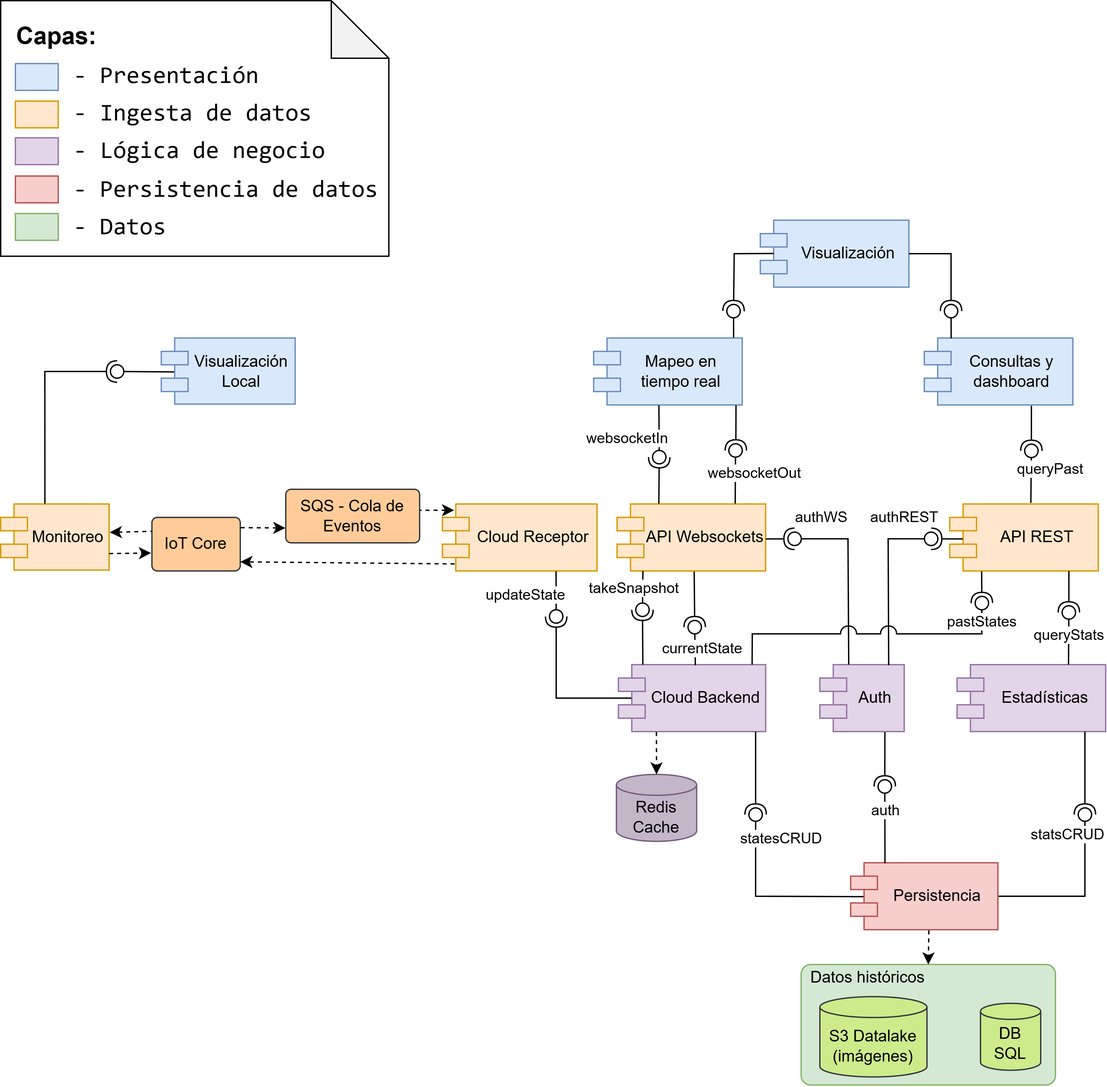
UM-LabTics/lakitu-core keeps this draw.io diagram as docs/diagrams/Diagrama de componentes.png. Above is the earlier version. Source tidied: cells renumbered, new cells last; positions are measured from the earlier drawing's top-left corner, leaving out a move shared by most shapes.
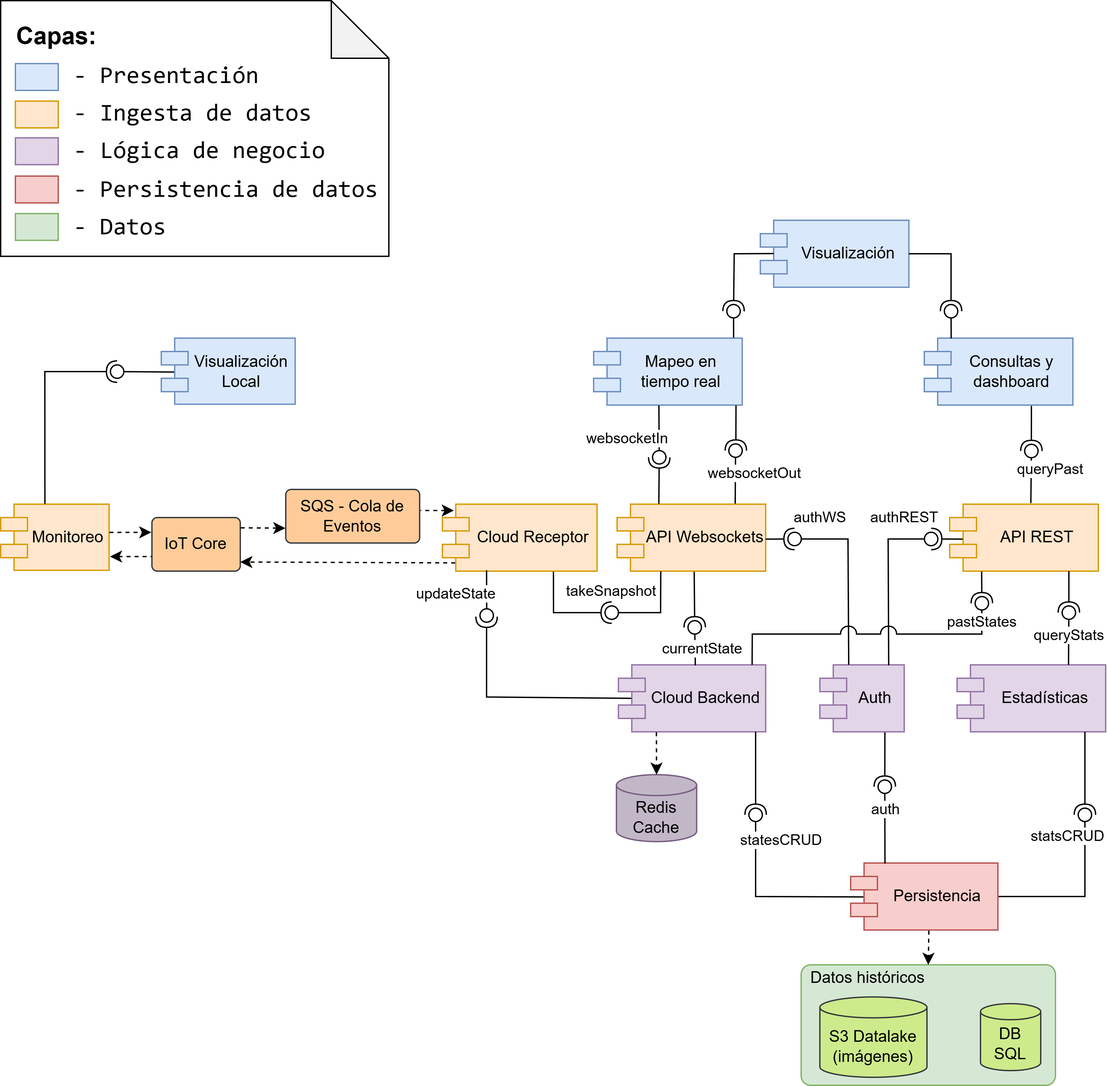
Later version of the same file.

Commit message:
chore: fix error in component diagram

What changed in the source:
```diff
@@ -59,13 +59,13 @@
     </mxCell>
-    <mxCell id="17" style="rounded=0;jettySize=auto;html=1;endArrow=halfCircle;endFill=0;endSize=6;strokeWidth=1;sketch=0;exitX=0.958;exitY=1.006;exitDx=0;exitDy=0;exitPerimeter=0;" parent="1" edge="1" source="3">
-      <mxGeometry relative="1" as="geometry">
-        <mxPoint x="549.2" y="336" as="targetPoint" />
-      </mxGeometry>
-    </mxCell>
-    <mxCell id="18" style="rounded=0;jettySize=auto;html=1;endArrow=oval;endFill=0;sketch=0;sourcePerimeterSpacing=0;targetPerimeterSpacing=0;endSize=10;exitX=0.795;exitY=-0.008;exitDx=0;exitDy=0;exitPerimeter=0;" parent="1" edge="1" source="11">
-      <mxGeometry x="0.14" y="11" relative="1" as="geometry">
-        <mxPoint x="549" y="336" as="targetPoint" />
-      </mxGeometry>
-    </mxCell>
+    <mxCell id="93" style="rounded=0;jettySize=auto;html=1;endArrow=halfCircle;endFill=0;endSize=6;strokeWidth=1;sketch=0;exitX=0.958;exitY=1.006;exitDx=0;exitDy=0;exitPerimeter=0;" parent="1" edge="1" source="3">
+      <mxGeometry relative="1" as="geometry">
+        <mxPoint x="549.2" y="336" as="targetPoint" />
+      </mxGeometry>
+    </mxCell>
+    <mxCell id="94" style="rounded=0;jettySize=auto;html=1;endArrow=oval;endFill=0;sketch=0;sourcePerimeterSpacing=0;targetPerimeterSpacing=0;endSize=10;exitX=0.795;exitY=-0.008;exitDx=0;exitDy=0;exitPerimeter=0;" parent="1" edge="1" source="11">
+      <mxGeometry x="0.14" y="11" relative="1" as="geometry">
+        <mxPoint x="549" y="336" as="targetPoint" />
+      </mxGeometry>
+    </mxCell>
-    <mxCell id="19" value="websocketOut" style="edgeLabel;html=1;align=center;verticalAlign=middle;" parent="18" vertex="1">
+    <mxCell id="19" value="websocketOut" style="edgeLabel;html=1;align=center;verticalAlign=middle;" parent="94" vertex="1">
       <mxGeometry x="0.26" y="-1" relative="1" as="geometry">
@@ -74,8 +74,8 @@
     </mxCell>
-    <mxCell id="20" style="rounded=0;jettySize=auto;html=1;endArrow=oval;endFill=0;endSize=10;strokeWidth=1;sketch=0;exitX=0.439;exitY=1.006;exitDx=0;exitDy=0;exitPerimeter=0;" parent="1" edge="1" source="3">
-      <mxGeometry relative="1" as="geometry">
-        <mxPoint x="492" y="341" as="targetPoint" />
-      </mxGeometry>
-    </mxCell>
+    <mxCell id="95" style="rounded=0;jettySize=auto;html=1;endArrow=oval;endFill=0;endSize=10;strokeWidth=1;sketch=0;exitX=0.439;exitY=1.006;exitDx=0;exitDy=0;exitPerimeter=0;" parent="1" edge="1" source="3">
+      <mxGeometry relative="1" as="geometry">
+        <mxPoint x="492" y="341" as="targetPoint" />
+      </mxGeometry>
+    </mxCell>
-    <mxCell id="21" value="websocketIn" style="edgeLabel;html=1;align=center;verticalAlign=middle;" parent="20" vertex="1">
+    <mxCell id="21" value="websocketIn" style="edgeLabel;html=1;align=center;verticalAlign=middle;" parent="95" vertex="1">
       <mxGeometry x="0.38" y="-1" relative="1" as="geometry">
@@ -84,7 +84,7 @@
     </mxCell>
-    <mxCell id="22" style="rounded=0;jettySize=auto;html=1;endArrow=halfCircle;endFill=0;sketch=0;sourcePerimeterSpacing=0;targetPerimeterSpacing=0;endSize=6;exitX=0.281;exitY=-0.006;exitDx=0;exitDy=0;exitPerimeter=0;" parent="1" edge="1" source="11">
-      <mxGeometry x="0.14" y="11" relative="1" as="geometry">
-        <mxPoint x="492" y="341" as="targetPoint" />
-      </mxGeometry>
-    </mxCell>
+    <mxCell id="96" style="rounded=0;jettySize=auto;html=1;endArrow=halfCircle;endFill=0;sketch=0;sourcePerimeterSpacing=0;targetPerimeterSpacing=0;endSize=6;exitX=0.281;exitY=-0.006;exitDx=0;exitDy=0;exitPerimeter=0;" parent="1" edge="1" source="11">
+      <mxGeometry x="0.14" y="11" relative="1" as="geometry">
+        <mxPoint x="492" y="341" as="targetPoint" />
+      </mxGeometry>
+    </mxCell>
     <mxCell id="23" value="Cloud Backend" style="shape=module;align=center;spacingLeft=20;align=center;verticalAlign=middle;whiteSpace=wrap;html=1;fillColor=#e1d5e7;strokeColor=#9673a6;" parent="1" vertex="1">
@@ -104,8 +104,8 @@
     </mxCell>
-    <mxCell id="28" style="rounded=0;jettySize=auto;html=1;endArrow=oval;endFill=0;sketch=0;sourcePerimeterSpacing=0;targetPerimeterSpacing=0;endSize=10;exitX=0.786;exitY=0.009;exitDx=0;exitDy=0;exitPerimeter=0;" parent="1" edge="1" target="30">
-      <mxGeometry relative="1" as="geometry">
-        <mxPoint x="519" y="496.5" as="sourcePoint" />
-      </mxGeometry>
-    </mxCell>
+    <mxCell id="97" style="rounded=0;jettySize=auto;html=1;endArrow=oval;endFill=0;sketch=0;sourcePerimeterSpacing=0;targetPerimeterSpacing=0;endSize=10;exitX=0.786;exitY=0.009;exitDx=0;exitDy=0;exitPerimeter=0;" parent="1" edge="1" target="30">
+      <mxGeometry relative="1" as="geometry">
+        <mxPoint x="519" y="496.5" as="sourcePoint" />
+      </mxGeometry>
+    </mxCell>
-    <mxCell id="29" value="currentState" style="edgeLabel;html=1;align=center;verticalAlign=middle;" parent="28" vertex="1">
+    <mxCell id="29" value="currentState" style="edgeLabel;html=1;align=center;verticalAlign=middle;" parent="97" vertex="1">
       <mxGeometry x="0.53" y="-1" relative="1" as="geometry">
@@ -117,20 +117,24 @@
     </mxCell>
-    <mxCell id="31" style="rounded=0;jettySize=auto;html=1;endArrow=halfCircle;endFill=0;endSize=6;strokeWidth=1;sketch=0;exitX=0.375;exitY=0;exitDx=0;exitDy=0;exitPerimeter=0;" parent="1" edge="1" target="34">
-      <mxGeometry relative="1" as="geometry">
-        <mxPoint x="479.8" y="496" as="sourcePoint" />
-      </mxGeometry>
-    </mxCell>
-    <mxCell id="32" style="rounded=0;jettySize=auto;html=1;endArrow=oval;endFill=0;sketch=0;sourcePerimeterSpacing=0;targetPerimeterSpacing=0;endSize=10;exitX=0.381;exitY=1.001;exitDx=0;exitDy=0;exitPerimeter=0;" parent="1" edge="1" target="34">
-      <mxGeometry relative="1" as="geometry">
-        <mxPoint x="479.8" y="426" as="sourcePoint" />
-      </mxGeometry>
-    </mxCell>
+    <mxCell id="98" style="rounded=0;jettySize=auto;html=1;endArrow=halfCircle;endFill=0;endSize=6;strokeWidth=1;sketch=0;exitX=0.718;exitY=1.006;exitDx=0;exitDy=0;exitPerimeter=0;" parent="1" edge="1" source="72" target="100">
+      <mxGeometry relative="1" as="geometry">
+        <Array as="points">
+          <mxPoint x="413" y="457" />
+        </Array>
+      </mxGeometry>
+    </mxCell>
+    <mxCell id="99" style="rounded=0;jettySize=auto;html=1;endArrow=oval;endFill=0;sketch=0;sourcePerimeterSpacing=0;targetPerimeterSpacing=0;endSize=10;exitX=0.294;exitY=1.004;exitDx=0;exitDy=0;exitPerimeter=0;" parent="1" edge="1" source="11" target="100">
+      <mxGeometry relative="1" as="geometry">
+        <Array as="points">
+          <mxPoint x="493" y="457" />
+        </Array>
+      </mxGeometry>
+    </mxCell>
-    <mxCell id="33" value="takeSnapshot" style="edgeLabel;html=1;align=center;verticalAlign=middle;" parent="32" vertex="1">
+    <mxCell id="33" value="takeSnapshot" style="edgeLabel;html=1;align=center;verticalAlign=middle;" parent="99" vertex="1">
       <mxGeometry x="0.45" y="-1" relative="1" as="geometry">
-        <mxPoint x="-6" y="-9" as="offset" />
+        <mxPoint x="-19" y="-16" as="offset" />
       </mxGeometry>
     </mxCell>
-    <mxCell id="34" style="ellipse;whiteSpace=wrap;html=1;align=center;fillColor=none;strokeColor=none;perimeter=centerPerimeter;points=[];outlineConnect=1;" parent="1" vertex="1">
-      <mxGeometry x="474.5" y="450" width="10" height="10" as="geometry" />
-    </mxCell>
+    <mxCell id="100" style="ellipse;whiteSpace=wrap;html=1;align=center;fillColor=none;strokeColor=none;perimeter=centerPerimeter;points=[];outlineConnect=1;" parent="1" vertex="1">
+      <mxGeometry x="451.5" y="452" width="10" height="10" as="geometry" />
+    </mxCell>
     <mxCell id="35" value="Auth" style="shape=module;align=center;spacingLeft=20;align=center;verticalAlign=middle;whiteSpace=wrap;html=1;fillColor=#e1d5e7;strokeColor=#9673a6;" parent="1" vertex="1">
@@ -156,7 +160,7 @@
     </mxCell>
-    <mxCell id="40" style="rounded=0;jettySize=auto;html=1;endArrow=halfCircle;endFill=0;endSize=6;strokeWidth=1;sketch=0;exitX=0.999;exitY=0.522;exitDx=0;exitDy=0;exitPerimeter=0;" parent="1" edge="1" target="43">
-      <mxGeometry relative="1" as="geometry">
-        <mxPoint x="571.5" y="402.1" as="sourcePoint" />
-      </mxGeometry>
-    </mxCell>
+    <mxCell id="101" style="rounded=0;jettySize=auto;html=1;endArrow=halfCircle;endFill=0;endSize=6;strokeWidth=1;sketch=0;exitX=0.999;exitY=0.522;exitDx=0;exitDy=0;exitPerimeter=0;" parent="1" edge="1" target="43">
+      <mxGeometry relative="1" as="geometry">
+        <mxPoint x="571.5" y="402.1" as="sourcePoint" />
+      </mxGeometry>
+    </mxCell>
     <mxCell id="41" style="rounded=0;jettySize=auto;html=1;endArrow=oval;endFill=0;sketch=0;sourcePerimeterSpacing=0;targetPerimeterSpacing=0;endSize=10;exitX=0.342;exitY=-0.001;exitDx=0;exitDy=0;exitPerimeter=0;" parent="1" edge="1" source="35" target="43">
@@ -176,17 +180,17 @@
     </mxCell>
-    <mxCell id="44" style="rounded=0;jettySize=auto;html=1;endArrow=halfCircle;endFill=0;endSize=6;strokeWidth=1;sketch=0;exitX=0.215;exitY=1.007;exitDx=0;exitDy=0;exitPerimeter=0;" parent="1" edge="1" source="12">
-      <mxGeometry relative="1" as="geometry">
-        <mxPoint x="733" y="450" as="targetPoint" />
-      </mxGeometry>
-    </mxCell>
-    <mxCell id="45" style="rounded=0;jettySize=auto;html=1;endArrow=oval;endFill=0;sketch=0;sourcePerimeterSpacing=0;targetPerimeterSpacing=0;endSize=10;exitX=0.908;exitY=0;exitDx=0;exitDy=0;exitPerimeter=0;jumpStyle=arc;jumpSize=12;" parent="1" edge="1" source="23">
-      <mxGeometry relative="1" as="geometry">
-        <mxPoint x="733" y="450" as="targetPoint" />
-        <Array as="points">
-          <mxPoint x="561.5" y="473" />
-          <mxPoint x="733" y="473" />
-        </Array>
-      </mxGeometry>
-    </mxCell>
+    <mxCell id="102" style="rounded=0;jettySize=auto;html=1;endArrow=halfCircle;endFill=0;endSize=6;strokeWidth=1;sketch=0;exitX=0.215;exitY=1.007;exitDx=0;exitDy=0;exitPerimeter=0;" parent="1" edge="1" source="12">
+      <mxGeometry relative="1" as="geometry">
+        <mxPoint x="733" y="450" as="targetPoint" />
+      </mxGeometry>
+    </mxCell>
+    <mxCell id="103" style="rounded=0;jettySize=auto;html=1;endArrow=oval;endFill=0;sketch=0;sourcePerimeterSpacing=0;targetPerimeterSpacing=0;endSize=10;exitX=0.908;exitY=0;exitDx=0;exitDy=0;exitPerimeter=0;jumpStyle=arc;jumpSize=12;" parent="1" edge="1" source="23">
+      <mxGeometry relative="1" as="geometry">
+        <mxPoint x="733" y="450" as="targetPoint" />
+        <Array as="points">
+          <mxPoint x="561.5" y="473" />
+          <mxPoint x="733" y="473" />
+        </Array>
+      </mxGeometry>
+    </mxCell>
-    <mxCell id="46" value="pastStates" style="edgeLabel;html=1;align=center;verticalAlign=middle;" parent="45" vertex="1">
+    <mxCell id="46" value="pastStates" style="edgeLabel;html=1;align=center;verticalAlign=middle;" parent="103" vertex="1">
       <mxGeometry x="0.57" y="1" relative="1" as="geometry">
@@ -212,7 +216,7 @@
     </mxCell>
-    <mxCell id="52" style="rounded=0;jettySize=auto;html=1;endArrow=halfCircle;endFill=0;endSize=6;strokeWidth=1;sketch=0;exitX=0.75;exitY=1;exitDx=0;exitDy=0;" parent="1" edge="1" target="55">
-      <mxGeometry relative="1" as="geometry">
-        <mxPoint x="564" y="546" as="sourcePoint" />
-      </mxGeometry>
-    </mxCell>
+    <mxCell id="104" style="rounded=0;jettySize=auto;html=1;endArrow=halfCircle;endFill=0;endSize=6;strokeWidth=1;sketch=0;exitX=0.75;exitY=1;exitDx=0;exitDy=0;" parent="1" edge="1" target="55">
+      <mxGeometry relative="1" as="geometry">
+        <mxPoint x="564" y="546" as="sourcePoint" />
+      </mxGeometry>
+    </mxCell>
     <mxCell id="53" style="rounded=0;jettySize=auto;html=1;endArrow=oval;endFill=0;sketch=0;sourcePerimeterSpacing=0;targetPerimeterSpacing=0;endSize=10;exitX=0.086;exitY=0.506;exitDx=0;exitDy=0;exitPerimeter=0;" parent="1" edge="1" source="80" target="55">
@@ -232,7 +236,7 @@
     </mxCell>
-    <mxCell id="56" style="rounded=0;jettySize=auto;html=1;endArrow=halfCircle;endFill=0;endSize=6;strokeWidth=1;sketch=0;exitX=0.75;exitY=1;exitDx=0;exitDy=0;" parent="1" edge="1" target="59">
-      <mxGeometry relative="1" as="geometry">
-        <mxPoint x="810" y="546" as="sourcePoint" />
-      </mxGeometry>
-    </mxCell>
+    <mxCell id="105" style="rounded=0;jettySize=auto;html=1;endArrow=halfCircle;endFill=0;endSize=6;strokeWidth=1;sketch=0;exitX=0.75;exitY=1;exitDx=0;exitDy=0;" parent="1" edge="1" target="59">
+      <mxGeometry relative="1" as="geometry">
+        <mxPoint x="810" y="546" as="sourcePoint" />
+      </mxGeometry>
+    </mxCell>
     <mxCell id="57" style="rounded=0;jettySize=auto;html=1;endArrow=oval;endFill=0;sketch=0;sourcePerimeterSpacing=0;targetPerimeterSpacing=0;endSize=10;exitX=1;exitY=0.5;exitDx=0;exitDy=0;" parent="1" edge="1" source="80" target="59">
@@ -252,3 +256,3 @@
     </mxCell>
-    <mxCell id="60" style="rounded=0;jettySize=auto;html=1;dashed=1;entryX=0.999;entryY=0.392;entryDx=0;entryDy=0;startArrow=classic;startFill=1;endArrow=none;endFill=0;exitX=0.076;exitY=0.093;exitDx=0;exitDy=0;exitPerimeter=0;entryPerimeter=0;" parent="1" edge="1" source="72" target="62">
+    <mxCell id="60" style="rounded=0;jettySize=auto;html=1;dashed=1;entryX=1.007;entryY=0.393;entryDx=0;entryDy=0;startArrow=classic;startFill=1;endArrow=none;endFill=0;exitX=0.074;exitY=0.095;exitDx=0;exitDy=0;exitPerimeter=0;entryPerimeter=0;" parent="1" edge="1" source="72" target="62">
       <mxGeometry relative="1" as="geometry" />
@@ -261,3 +265,3 @@
     </mxCell>
-    <mxCell id="63" style="rounded=0;jettySize=auto;html=1;dashed=1;exitX=0.079;exitY=0.895;exitDx=0;exitDy=0;exitPerimeter=0;entryX=1;entryY=0.83;entryDx=0;entryDy=0;entryPerimeter=0;" parent="1" edge="1" source="72" target="61">
+    <mxCell id="63" style="rounded=0;jettySize=auto;html=1;dashed=1;exitX=0.083;exitY=0.877;exitDx=0;exitDy=0;exitPerimeter=0;entryX=1;entryY=0.83;entryDx=0;entryDy=0;entryPerimeter=0;" parent="1" edge="1" source="72" target="61">
       <mxGeometry relative="1" as="geometry" />
@@ -286,8 +290,8 @@
     </mxCell>
-    <mxCell id="70" style="rounded=0;jettySize=auto;html=1;exitX=1;exitY=0.75;exitDx=0;exitDy=0;entryX=-0.01;entryY=0.665;entryDx=0;entryDy=0;dashed=1;entryPerimeter=0;" parent="1" edge="1" source="65" target="61">
-      <mxGeometry relative="1" as="geometry" />
-    </mxCell>
-    <mxCell id="71" style="rounded=0;jettySize=auto;html=1;exitX=1.006;exitY=0.429;exitDx=0;exitDy=0;entryX=-0.006;entryY=0.26;entryDx=0;entryDy=0;dashed=1;exitPerimeter=0;startArrow=classic;startFill=1;endArrow=none;endFill=0;entryPerimeter=0;" parent="1" edge="1" source="65" target="61">
-      <mxGeometry relative="1" as="geometry" />
-    </mxCell>
+    <mxCell id="106" style="rounded=0;jettySize=auto;html=1;exitX=1.003;exitY=0.427;exitDx=0;exitDy=0;entryX=-0.007;entryY=0.276;entryDx=0;entryDy=0;dashed=1;entryPerimeter=0;exitPerimeter=0;" parent="1" edge="1" source="65" target="61">
+      <mxGeometry relative="1" as="geometry" />
+    </mxCell>
+    <mxCell id="107" style="rounded=0;jettySize=auto;html=1;exitX=1.008;exitY=0.792;exitDx=0;exitDy=0;entryX=-0.006;entryY=0.728;entryDx=0;entryDy=0;dashed=1;exitPerimeter=0;startArrow=classic;startFill=1;endArrow=none;endFill=0;entryPerimeter=0;" parent="1" edge="1" source="65" target="61">
+      <mxGeometry relative="1" as="geometry" />
+    </mxCell>
     <mxCell id="72" value="Cloud Receptor" style="shape=module;align=center;spacingLeft=20;align=center;verticalAlign=middle;whiteSpace=wrap;html=1;fillColor=#ffe6cc;strokeColor=#d79b00;" parent="1" vertex="1">
@@ -295,18 +299,19 @@
     </mxCell>
-    <mxCell id="73" style="rounded=0;jettySize=auto;html=1;endArrow=halfCircle;endFill=0;endSize=6;strokeWidth=1;sketch=0;exitX=0.088;exitY=0.5;exitDx=0;exitDy=0;exitPerimeter=0;" parent="1" edge="1" source="23">
-      <mxGeometry relative="1" as="geometry">
-        <mxPoint x="415" y="460" as="targetPoint" />
-        <Array as="points">
-          <mxPoint x="415" y="521" />
-        </Array>
-      </mxGeometry>
-    </mxCell>
+    <mxCell id="108" style="rounded=0;jettySize=auto;html=1;endArrow=halfCircle;endFill=0;endSize=6;strokeWidth=1;sketch=0;exitX=0.088;exitY=0.5;exitDx=0;exitDy=0;exitPerimeter=0;" parent="1" edge="1" source="23">
+      <mxGeometry relative="1" as="geometry">
+        <mxPoint x="363" y="460" as="targetPoint" />
+        <Array as="points">
+          <mxPoint x="363" y="520" />
+        </Array>
+      </mxGeometry>
+    </mxCell>
-    <mxCell id="74" value="updateState" style="rounded=0;jettySize=auto;html=1;endArrow=oval;endFill=0;sketch=0;sourcePerimeterSpacing=0;targetPerimeterSpacing=0;endSize=10;exitX=0.735;exitY=1.005;exitDx=0;exitDy=0;exitPerimeter=0;" parent="1" edge="1" source="72">
-      <mxGeometry x="0.05" y="-23" relative="1" as="geometry">
-        <mxPoint x="415" y="460" as="targetPoint" />
+    <mxCell id="74" value="updateState" style="rounded=0;orthogonalLoop=1;jettySize=auto;html=1;endArrow=oval;endFill=0;sketch=0;sourcePerimeterSpacing=0;targetPerimeterSpacing=0;endSize=10;exitX=0.735;exitY=1.005;exitDx=0;exitDy=0;exitPerimeter=0;" parent="1" edge="1">
+      <mxGeometry x="0.07" y="-23" relative="1" as="geometry">
+        <mxPoint x="363" y="425.4" as="sourcePoint" />
+        <mxPoint x="363.1" y="459.1" as="targetPoint" />
       </mxGeometry>
     </mxCell>
-    <mxCell id="75" style="ellipse;whiteSpace=wrap;html=1;align=center;fillColor=none;strokeColor=none;perimeter=centerPerimeter;" parent="1" vertex="1">
-      <mxGeometry x="397" y="473" width="10" height="10" as="geometry" />
-    </mxCell>
+    <mxCell id="109" style="ellipse;whiteSpace=wrap;html=1;align=center;fillColor=none;strokeColor=none;perimeter=centerPerimeter;" parent="1" vertex="1">
+      <mxGeometry x="382.8" y="473" width="10" height="10" as="geometry" />
+    </mxCell>
     <mxCell id="76" style="rounded=1;whiteSpace=wrap;html=1;fillColor=#d5e8d4;shadow=0;arcSize=8;strokeColor=#82b366;" parent="1" vertex="1">
```
